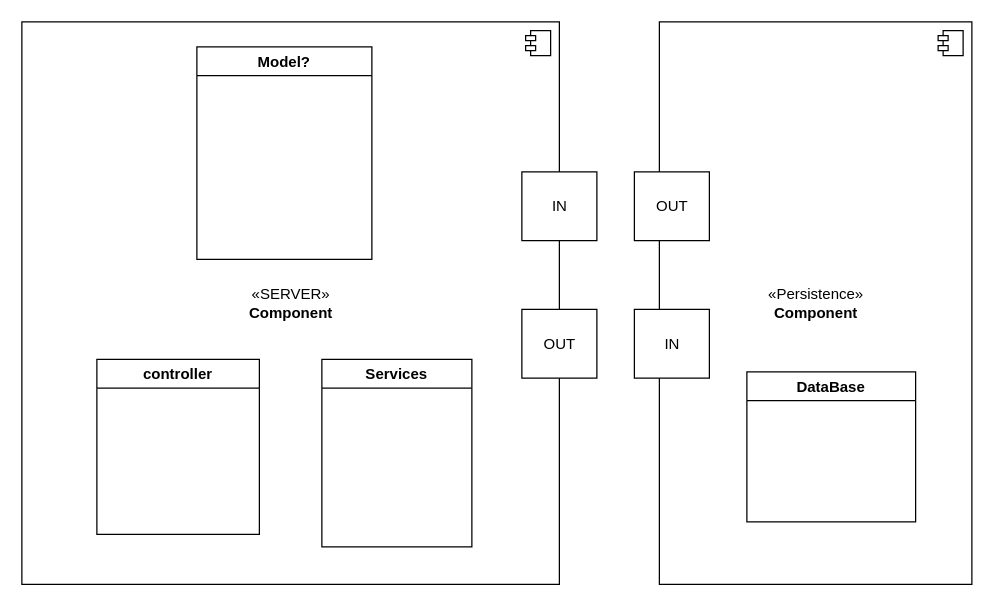
This is Server/component.drawio from Juan-Avila92/SPL-Indicator, a draw.io file, before an edit. Source tidied: cells renumbered, new cells numbered last; positions are measured from the earlier drawing's top-left corner, leaving out a move shared by most shapes. Both pictures are drawn from the tidied source at 125%, with x=0, y=0 at pixel (21, 21).
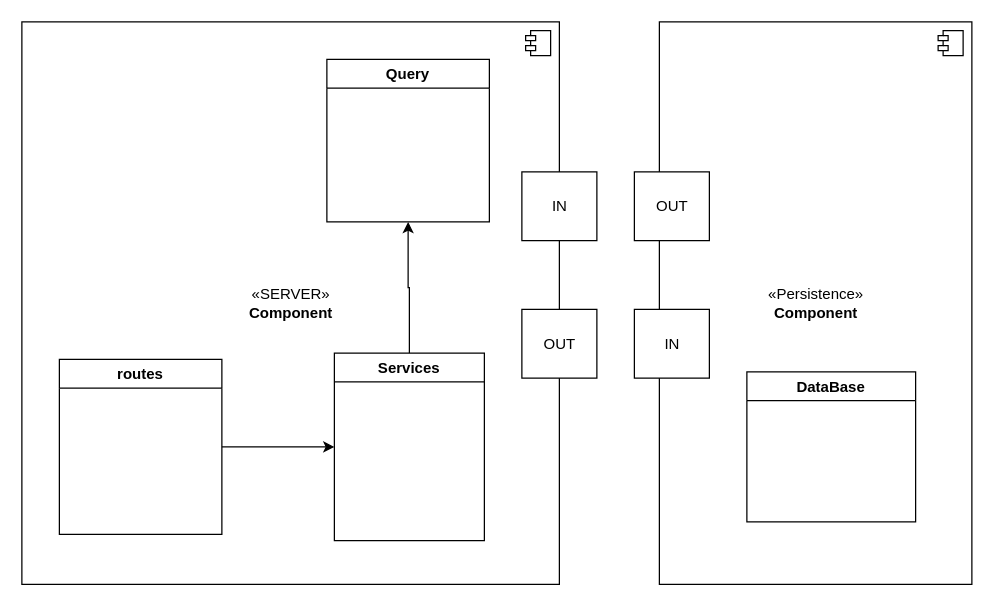
Above is the later version.

The edit, as a diff of the source:
```diff
@@
 <mxGraphModel>
   <root>
     <mxCell id="0" />
     <mxCell id="1" parent="0" />
     <mxCell id="2" value="«SERVER»&lt;br&gt;&lt;b&gt;Component&lt;/b&gt;" style="html=1;" parent="1" vertex="1">
       <mxGeometry width="430" height="450" as="geometry" />
     </mxCell>
     <mxCell id="3" style="shape=component;jettyWidth=8;jettyHeight=4;" parent="2" vertex="1">
       <mxGeometry x="1" width="20" height="20" relative="1" as="geometry">
         <mxPoint x="-27" y="7" as="offset" />
       </mxGeometry>
     </mxCell>
+    <mxCell id="14" style="edgeStyle=orthogonalEdgeStyle;rounded=0;jettySize=auto;html=1;exitX=1;exitY=0.5;exitDx=0;exitDy=0;entryX=0;entryY=0.5;entryDx=0;entryDy=0;" parent="1" edge="1" source="4" target="5">
+      <mxGeometry relative="1" as="geometry" />
+    </mxCell>
-    <mxCell id="4" value="controller" style="swimlane;" parent="1" vertex="1">
-      <mxGeometry x="60" y="270" width="130" height="140" as="geometry" />
+    <mxCell id="4" value="routes" style="swimlane;" parent="1" vertex="1">
+      <mxGeometry x="30" y="270" width="130" height="140" as="geometry" />
     </mxCell>
+    <mxCell id="15" style="edgeStyle=orthogonalEdgeStyle;rounded=0;jettySize=auto;html=1;exitX=0.5;exitY=0;exitDx=0;exitDy=0;entryX=0.5;entryY=1;entryDx=0;entryDy=0;" parent="1" edge="1" source="5" target="6">
+      <mxGeometry relative="1" as="geometry" />
+    </mxCell>
     <mxCell id="5" value="Services" style="swimlane;" parent="1" vertex="1">
-      <mxGeometry x="240" y="270" width="120" height="150" as="geometry" />
+      <mxGeometry x="250" y="265" width="120" height="150" as="geometry" />
     </mxCell>
-    <mxCell id="6" value="Model?" style="swimlane;startSize=23;" parent="1" vertex="1">
-      <mxGeometry x="140" y="20" width="140" height="170" as="geometry" />
+    <mxCell id="6" value="Query" style="swimlane;startSize=23;" parent="1" vertex="1">
+      <mxGeometry x="244" y="30" width="130" height="130" as="geometry" />
     </mxCell>
     <mxCell id="7" value="IN" style="html=1;" parent="1" vertex="1">
       <mxGeometry x="400" y="120" width="60" height="55" as="geometry" />
     </mxCell>
     <mxCell id="8" value="«Persistence»&lt;br&gt;&lt;b&gt;Component&lt;/b&gt;" style="html=1;" parent="1" vertex="1">
       <mxGeometry x="510" width="250" height="450" as="geometry" />
     </mxCell>
     <mxCell id="9" style="shape=component;jettyWidth=8;jettyHeight=4;" parent="8" vertex="1">
       <mxGeometry x="1" width="20" height="20" relative="1" as="geometry">
         <mxPoint x="-27" y="7" as="offset" />
       </mxGeometry>
     </mxCell>
     <mxCell id="10" value="OUT" style="html=1;" parent="1" vertex="1">
       <mxGeometry x="490" y="120" width="60" height="55" as="geometry" />
     </mxCell>
     <mxCell id="11" value="OUT" style="html=1;" parent="1" vertex="1">
       <mxGeometry x="400" y="230" width="60" height="55" as="geometry" />
     </mxCell>
     <mxCell id="12" value="IN" style="html=1;" parent="1" vertex="1">
       <mxGeometry x="490" y="230" width="60" height="55" as="geometry" />
     </mxCell>
     <mxCell id="13" value="DataBase" style="swimlane;startSize=23;" parent="1" vertex="1">
       <mxGeometry x="580" y="280" width="135" height="120" as="geometry" />
     </mxCell>
   </root>
 </mxGraphModel>
```
